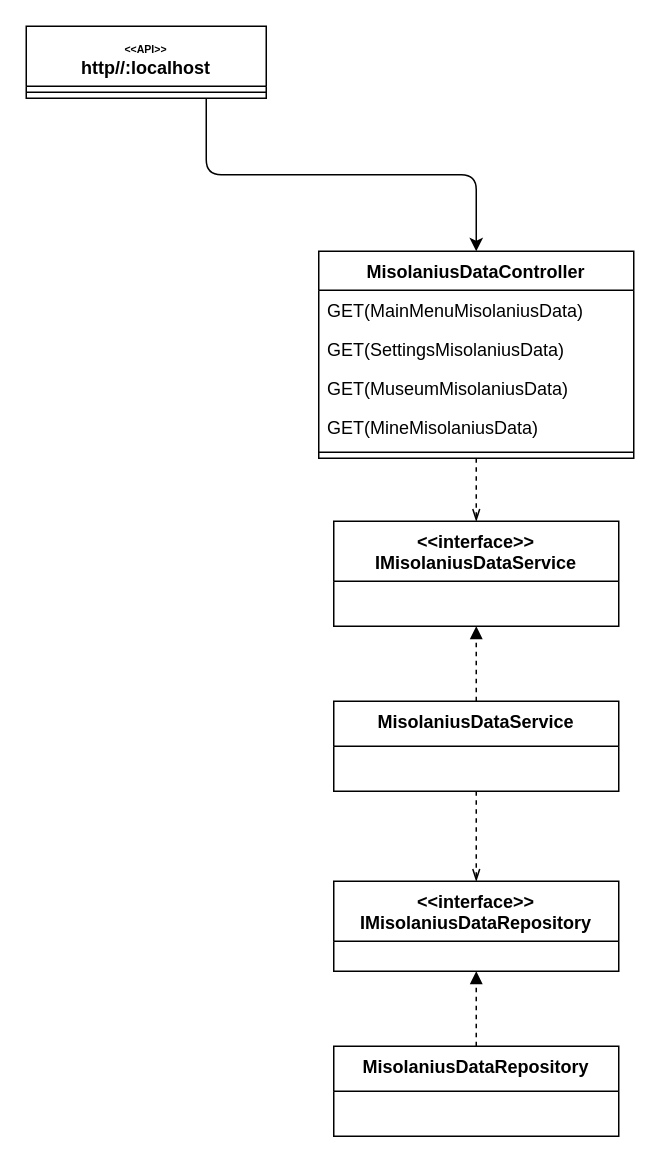
The draw.io diagram page "Page-1" (1 of 2) of MuseumArchetecture.drawio in shadmanArko/ProjectMuseum, before the edit. Source tidied: cells renumbered, new cells numbered last; positions are measured from the earlier drawing's top-left corner, leaving out a move shared by most shapes. Both pictures are drawn from the tidied source at 150%, with x=0, y=0 at pixel (26, 26).
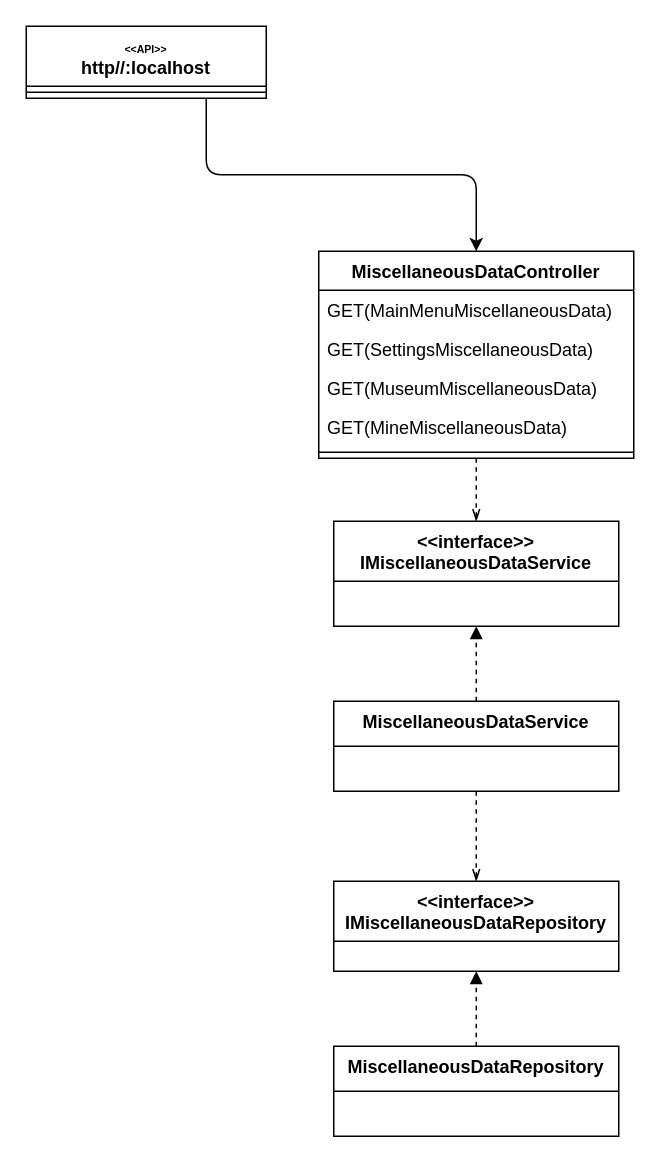
After the change.

Diff of the diagram source:
```diff
@@
 <mxGraphModel>
   <root>
     <mxCell id="0" />
     <mxCell id="1" parent="0" />
     <mxCell id="2" style="edgeStyle=orthogonalEdgeStyle;jettySize=auto;html=1;exitX=0.75;exitY=1;exitDx=0;exitDy=0;entryX=0.5;entryY=0;entryDx=0;entryDy=0;" parent="1" edge="1" source="3" target="6">
       <mxGeometry relative="1" as="geometry" />
     </mxCell>
     <mxCell id="3" value="&lt;font style=&quot;font-size: 7px;&quot;&gt;&amp;lt;&amp;lt;API&amp;gt;&amp;gt;&lt;/font&gt;&lt;br style=&quot;font-size: 6px;&quot;&gt;http//:localhost" style="swimlane;fontStyle=1;align=center;verticalAlign=top;horizontal=1;startSize=40;whiteSpace=wrap;html=1;rounded=0;" parent="1" vertex="1">
       <mxGeometry width="160" height="48" as="geometry" />
     </mxCell>
     <mxCell id="4" style="line;strokeWidth=1;fillColor=none;align=left;verticalAlign=middle;spacingTop=-1;spacingLeft=3;spacingRight=3;labelPosition=right;strokeColor=inherit;rounded=0;" parent="3" vertex="1">
       <mxGeometry y="40" width="160" height="8" as="geometry" />
     </mxCell>
     <mxCell id="5" style="edgeStyle=orthogonalEdgeStyle;rounded=0;jettySize=auto;html=1;entryX=0.5;entryY=0;entryDx=0;entryDy=0;dashed=1;endArrow=openThin;endFill=0;" parent="1" edge="1" source="6" target="13">
       <mxGeometry relative="1" as="geometry" />
     </mxCell>
-    <mxCell id="6" value="MisolaniusDataController" style="swimlane;fontStyle=1;align=center;verticalAlign=top;horizontal=1;startSize=26;whiteSpace=wrap;html=1;rounded=0;shadow=0;" parent="1" vertex="1">
+    <mxCell id="6" value="MiscellaneousDataController" style="swimlane;fontStyle=1;align=center;verticalAlign=top;horizontal=1;startSize=26;whiteSpace=wrap;html=1;rounded=0;shadow=0;" parent="1" vertex="1">
       <mxGeometry x="195" y="150" width="210" height="138" as="geometry" />
     </mxCell>
-    <mxCell id="7" value="GET(MainMenuMisolaniusData)" style="text;strokeColor=none;fillColor=none;align=left;verticalAlign=top;spacingLeft=4;spacingRight=4;overflow=hidden;whiteSpace=wrap;html=1;" parent="6" vertex="1">
+    <mxCell id="7" value="GET(MainMenuMiscellaneousData)" style="text;strokeColor=none;fillColor=none;align=left;verticalAlign=top;spacingLeft=4;spacingRight=4;overflow=hidden;whiteSpace=wrap;html=1;" parent="6" vertex="1">
       <mxGeometry y="26" width="210" height="26" as="geometry" />
     </mxCell>
-    <mxCell id="8" value="GET(SettingsMisolaniusData)" style="text;strokeColor=none;fillColor=none;align=left;verticalAlign=top;spacingLeft=4;spacingRight=4;overflow=hidden;whiteSpace=wrap;html=1;" parent="6" vertex="1">
+    <mxCell id="8" value="GET(SettingsMiscellaneousData)" style="text;strokeColor=none;fillColor=none;align=left;verticalAlign=top;spacingLeft=4;spacingRight=4;overflow=hidden;whiteSpace=wrap;html=1;" parent="6" vertex="1">
       <mxGeometry y="52" width="210" height="26" as="geometry" />
     </mxCell>
-    <mxCell id="9" value="GET(MuseumMisolaniusData)" style="text;strokeColor=none;fillColor=none;align=left;verticalAlign=top;spacingLeft=4;spacingRight=4;overflow=hidden;whiteSpace=wrap;html=1;" parent="6" vertex="1">
+    <mxCell id="9" value="GET(MuseumMiscellaneousData)" style="text;strokeColor=none;fillColor=none;align=left;verticalAlign=top;spacingLeft=4;spacingRight=4;overflow=hidden;whiteSpace=wrap;html=1;" parent="6" vertex="1">
       <mxGeometry y="78" width="210" height="26" as="geometry" />
     </mxCell>
-    <mxCell id="10" value="GET(MineMisolaniusData)" style="text;strokeColor=none;fillColor=none;align=left;verticalAlign=top;spacingLeft=4;spacingRight=4;overflow=hidden;whiteSpace=wrap;html=1;" parent="6" vertex="1">
+    <mxCell id="10" value="GET(MineMiscellaneousData)" style="text;strokeColor=none;fillColor=none;align=left;verticalAlign=top;spacingLeft=4;spacingRight=4;overflow=hidden;whiteSpace=wrap;html=1;" parent="6" vertex="1">
       <mxGeometry y="104" width="210" height="26" as="geometry" />
     </mxCell>
     <mxCell id="11" style="line;strokeWidth=1;fillColor=none;align=left;verticalAlign=middle;spacingTop=-1;spacingLeft=3;spacingRight=3;labelPosition=right;strokeColor=inherit;" parent="6" vertex="1">
       <mxGeometry y="130" width="210" height="8" as="geometry" />
     </mxCell>
-    <mxCell id="12" value="&amp;lt;&amp;lt;interface&amp;gt;&amp;gt;&lt;br&gt;IMisolaniusDataRepository" style="swimlane;fontStyle=1;align=center;verticalAlign=top;horizontal=1;startSize=40;whiteSpace=wrap;html=1;" parent="1" vertex="1">
+    <mxCell id="12" value="&amp;lt;&amp;lt;interface&amp;gt;&amp;gt;&lt;br&gt;IMiscellaneousDataRepository" style="swimlane;fontStyle=1;align=center;verticalAlign=top;horizontal=1;startSize=40;whiteSpace=wrap;html=1;" parent="1" vertex="1">
       <mxGeometry x="205" y="570" width="190" height="60" as="geometry" />
     </mxCell>
-    <mxCell id="13" value="&amp;lt;&amp;lt;interface&amp;gt;&amp;gt;&lt;br&gt;IMisolaniusDataService" style="swimlane;fontStyle=1;align=center;verticalAlign=top;horizontal=1;startSize=40;whiteSpace=wrap;html=1;" parent="1" vertex="1">
+    <mxCell id="13" value="&amp;lt;&amp;lt;interface&amp;gt;&amp;gt;&lt;br&gt;IMiscellaneousDataService" style="swimlane;fontStyle=1;align=center;verticalAlign=top;horizontal=1;startSize=40;whiteSpace=wrap;html=1;" parent="1" vertex="1">
       <mxGeometry x="205" y="330" width="190" height="70" as="geometry" />
     </mxCell>
     <mxCell id="14" style="edgeStyle=orthogonalEdgeStyle;rounded=0;jettySize=auto;html=1;exitX=0.5;exitY=1;exitDx=0;exitDy=0;entryX=0.5;entryY=0;entryDx=0;entryDy=0;dashed=1;endArrow=openThin;endFill=0;" parent="1" edge="1" source="16" target="12">
       <mxGeometry relative="1" as="geometry" />
     </mxCell>
     <mxCell id="15" style="edgeStyle=orthogonalEdgeStyle;rounded=0;jettySize=auto;html=1;exitX=0.5;exitY=0;exitDx=0;exitDy=0;entryX=0.5;entryY=1;entryDx=0;entryDy=0;dashed=1;endArrow=block;endFill=1;" parent="1" edge="1" source="16" target="13">
       <mxGeometry relative="1" as="geometry" />
     </mxCell>
-    <mxCell id="16" value="MisolaniusDataService" style="swimlane;fontStyle=1;align=center;verticalAlign=top;horizontal=1;startSize=30;whiteSpace=wrap;html=1;" parent="1" vertex="1">
+    <mxCell id="16" value="MiscellaneousDataService" style="swimlane;fontStyle=1;align=center;verticalAlign=top;horizontal=1;startSize=30;whiteSpace=wrap;html=1;" parent="1" vertex="1">
       <mxGeometry x="205" y="450" width="190" height="60" as="geometry" />
     </mxCell>
     <mxCell id="17" style="edgeStyle=orthogonalEdgeStyle;rounded=0;jettySize=auto;html=1;exitX=0.5;exitY=0;exitDx=0;exitDy=0;entryX=0.5;entryY=1;entryDx=0;entryDy=0;endArrow=block;endFill=1;dashed=1;" parent="1" edge="1" source="18" target="12">
       <mxGeometry relative="1" as="geometry" />
     </mxCell>
-    <mxCell id="18" value="MisolaniusDataRepository" style="swimlane;fontStyle=1;align=center;verticalAlign=top;horizontal=1;startSize=30;whiteSpace=wrap;html=1;" parent="1" vertex="1">
+    <mxCell id="18" value="MiscellaneousDataRepository" style="swimlane;fontStyle=1;align=center;verticalAlign=top;horizontal=1;startSize=30;whiteSpace=wrap;html=1;" parent="1" vertex="1">
       <mxGeometry x="205" y="680" width="190" height="60" as="geometry" />
     </mxCell>
   </root>
 </mxGraphModel>
```
